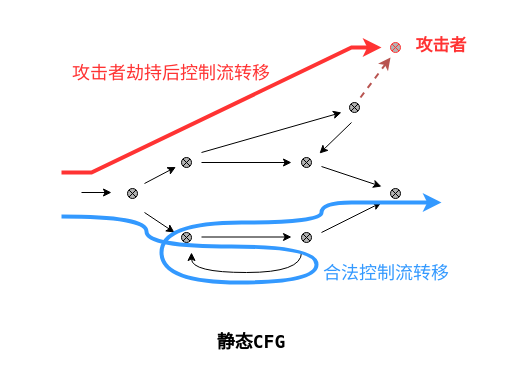
Earlier version of the draw.io diagram Untitled Diagram1.drawio (ZKX64/Textbook-graph). Source tidied: cells renumbered, new cells numbered last; positions are measured from the earlier drawing's top-left corner, leaving out a move shared by most shapes. Both pictures are drawn from the tidied source at 100%, with x=0, y=0 at pixel (61, 17).
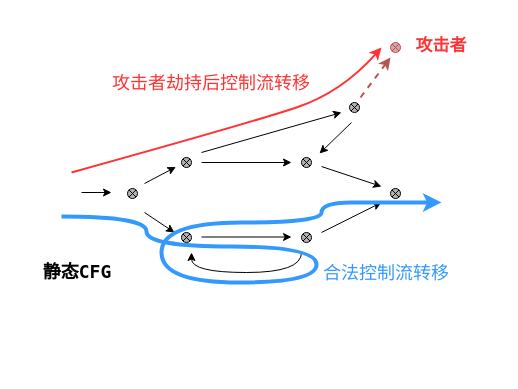
After the change.

Unchanged cells that the change refers to:
```xml
<mxCell id="21" value="&lt;font size=&quot;1&quot; face=&quot;Courier New&quot; color=&quot;#ff3333&quot;&gt;&lt;b style=&quot;font-size: 17px;&quot;&gt;攻击者&lt;/b&gt;&lt;/font&gt;" style="whiteSpace=wrap;html=1;strokeColor=none;fillColor=none;" parent="1" vertex="1">
  <mxGeometry x="320" width="120" height="60" as="geometry" />
</mxCell>
```

Change to the diagram source:
```diff
@@
-    <mxCell id="23" style="endArrow=classic;html=1;rounded=0;strokeColor=#FF3333;strokeWidth=4;fontFamily=Courier New;fontSize=17;fontColor=#FF3333;entryX=0;entryY=0.5;entryDx=0;entryDy=0;edgeStyle=entityRelationEdgeStyle;" parent="1" edge="1" target="21">
-      <mxGeometry relative="1" as="geometry">
-        <mxPoint y="155" as="sourcePoint" />
-      </mxGeometry>
-    </mxCell>
     <mxCell id="24" value="&lt;font color=&quot;#000000&quot; size=&quot;1&quot; face=&quot;Lucida Console&quot;&gt;&lt;b style=&quot;font-size: 18px;&quot;&gt;静态CFG&lt;/b&gt;&lt;/font&gt;" style="whiteSpace=wrap;html=1;strokeColor=none;fontFamily=Courier New;fontSize=17;fontColor=#FF3333;fillColor=none;" parent="1" vertex="1">
-      <mxGeometry x="130" y="295" width="120" height="60" as="geometry" />
+      <mxGeometry x="-44" y="225" width="120" height="60" as="geometry" />
     </mxCell>
@@
     <mxCell id="26" value="&lt;font color=&quot;#ff3333&quot;&gt;攻击者劫持后控制流转移&lt;/font&gt;" style="whiteSpace=wrap;html=1;strokeColor=none;fontFamily=Lucida Console;fontSize=18;fontColor=#000000;fillColor=none;" parent="1" vertex="1">
-      <mxGeometry x="10" y="25" width="200" height="60" as="geometry" />
+      <mxGeometry x="50" y="35" width="200" height="60" as="geometry" />
     </mxCell>
+    <mxCell id="27" style="curved=1;endArrow=classic;html=1;rounded=0;strokeColor=#FF3333;strokeWidth=2;fontFamily=Lucida Console;fontSize=18;fontColor=#FF3333;entryX=0;entryY=0.5;entryDx=0;entryDy=0;" parent="1" edge="1" target="21">
+      <mxGeometry relative="1" as="geometry">
+        <mxPoint x="10" y="155" as="sourcePoint" />
+        <Array as="points">
+          <mxPoint x="190" y="105" />
+          <mxPoint x="280" y="75" />
+        </Array>
+      </mxGeometry>
+    </mxCell>
```
